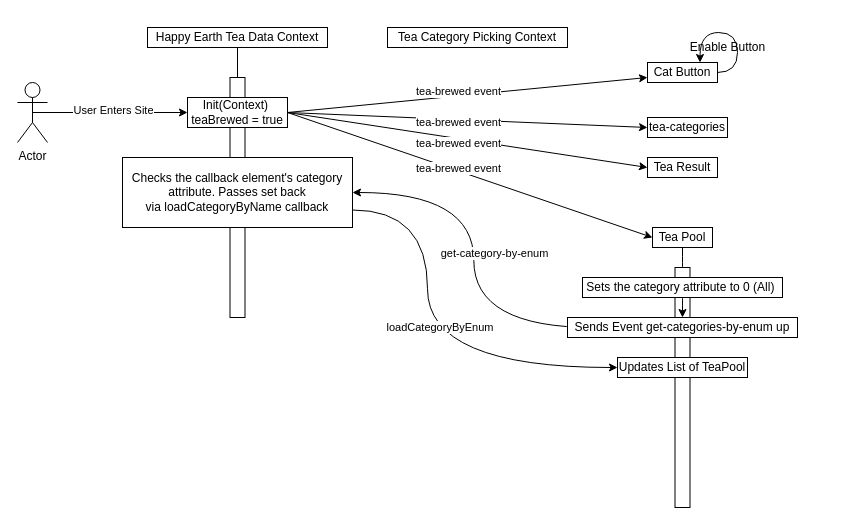
Above: InitalizationDiagram.drawio in Peter-Kang/HappyEarthTeaPicker (draw.io), before the change. Source tidied: cells renumbered, new cells numbered last; positions are measured from the earlier drawing's top-left corner, leaving out a move shared by most shapes. Both pictures are drawn from the tidied source at 100%, with x=0, y=0 at pixel (17, 27).
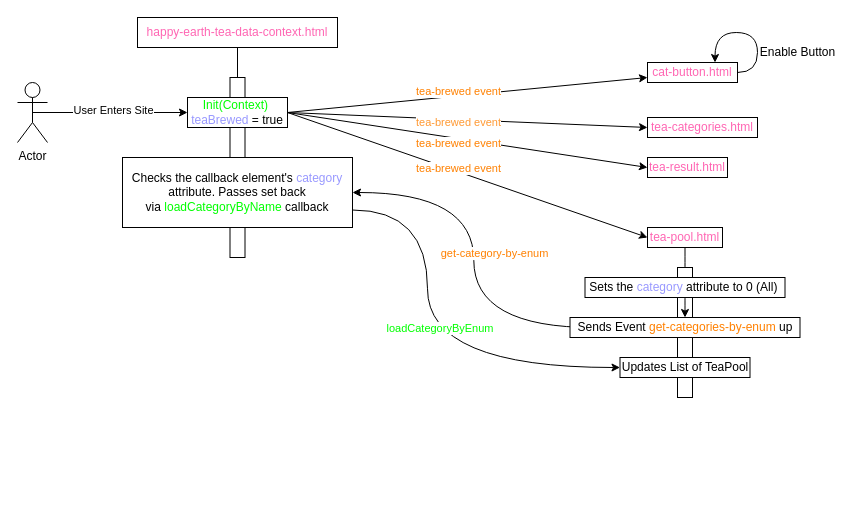
The same diagram, later.

The change refers to these unchanged cells:
```xml
<mxCell id="11" style="edgeStyle=none;rounded=0;jettySize=auto;html=1;entryX=0;entryY=0.75;entryDx=0;entryDy=0;exitX=1;exitY=0.5;exitDx=0;exitDy=0;" parent="1" edge="1" source="17" target="5">
  <mxGeometry relative="1" as="geometry" />
</mxCell>
<mxCell id="15" style="edgeStyle=none;rounded=0;jettySize=auto;html=1;exitX=1;exitY=0.5;exitDx=0;exitDy=0;entryX=0;entryY=0.5;entryDx=0;entryDy=0;" parent="1" edge="1" source="17" target="19">
  <mxGeometry relative="1" as="geometry" />
</mxCell>
<mxCell id="28" style="edgeStyle=orthogonalEdgeStyle;curved=1;rounded=0;jettySize=auto;html=1;exitX=0;exitY=0.5;exitDx=0;exitDy=0;entryX=1;entryY=0.5;entryDx=0;entryDy=0;" parent="1" edge="1" target="33">
  <mxGeometry relative="1" as="geometry">
    <mxPoint x="577.5" y="300" as="sourcePoint" />
  </mxGeometry>
</mxCell>
<mxCell id="31" style="edgeStyle=orthogonalEdgeStyle;curved=1;rounded=0;jettySize=auto;html=1;exitX=1;exitY=0.75;exitDx=0;exitDy=0;entryX=0;entryY=0.5;entryDx=0;entryDy=0;" parent="1" edge="1" source="33" target="34">
  <mxGeometry relative="1" as="geometry">
    <Array as="points">
      <mxPoint x="410" y="182" />
      <mxPoint x="410" y="340" />
    </Array>
  </mxGeometry>
</mxCell>
```

What changed in the source:
```diff
@@
     <mxCell id="2" style="rounded=0;whiteSpace=wrap;html=1;" parent="1" vertex="1">
-      <mxGeometry x="657.5" y="240" width="15" height="240" as="geometry" />
+      <mxGeometry x="660" y="240" width="15" height="130" as="geometry" />
     </mxCell>
-    <mxCell id="3" value="Happy Earth Tea Data Context" style="rounded=0;whiteSpace=wrap;html=1;" parent="1" vertex="1">
-      <mxGeometry x="130" width="180" height="20" as="geometry" />
+    <mxCell id="3" value="&lt;font color=&quot;#ff66b3&quot;&gt;happy-earth-tea-data-context.html&lt;/font&gt;" style="rounded=0;whiteSpace=wrap;html=1;" parent="1" vertex="1">
+      <mxGeometry x="120" y="-10" width="200" height="30" as="geometry" />
     </mxCell>
-    <mxCell id="4" value="Tea Category Picking Context" style="rounded=0;whiteSpace=wrap;html=1;" parent="1" vertex="1">
-      <mxGeometry x="370" width="180" height="20" as="geometry" />
-    </mxCell>
-    <mxCell id="5" value="Cat Button" style="rounded=0;whiteSpace=wrap;html=1;" parent="1" vertex="1">
-      <mxGeometry x="630" y="35" width="70" height="20" as="geometry" />
+    <mxCell id="5" value="&lt;font color=&quot;#ff66b3&quot;&gt;cat-button.html&lt;/font&gt;" style="rounded=0;whiteSpace=wrap;html=1;" parent="1" vertex="1">
+      <mxGeometry x="630" y="35" width="90" height="20" as="geometry" />
     </mxCell>
-    <mxCell id="6" value="Tea Result" style="rounded=0;whiteSpace=wrap;html=1;" parent="1" vertex="1">
-      <mxGeometry x="630" y="130" width="70" height="20" as="geometry" />
+    <mxCell id="6" value="&lt;font color=&quot;#ff66b3&quot;&gt;tea-result.html&lt;/font&gt;" style="rounded=0;whiteSpace=wrap;html=1;" parent="1" vertex="1">
+      <mxGeometry x="630" y="130" width="80" height="20" as="geometry" />
     </mxCell>
-    <mxCell id="7" value="Tea Pool" style="whiteSpace=wrap;html=1;" parent="1" vertex="1">
-      <mxGeometry x="635" y="200" width="60" height="20" as="geometry" />
+    <mxCell id="7" value="&lt;font color=&quot;#ff66b3&quot;&gt;tea-pool.html&lt;/font&gt;" style="whiteSpace=wrap;html=1;" parent="1" vertex="1">
+      <mxGeometry x="630" y="200" width="75" height="20" as="geometry" />
     </mxCell>
@@
-    <mxCell id="12" value="tea-brewed event" style="edgeLabel;html=1;align=center;verticalAlign=middle;" parent="11" vertex="1">
+    <mxCell id="12" value="&lt;font&gt;tea-brewed event&lt;/font&gt;" style="edgeLabel;html=1;align=center;verticalAlign=middle;fontColor=#FF8000;" parent="11" vertex="1">
       <mxGeometry x="-0.1" y="1" relative="1" as="geometry">
         <mxPoint x="8" y="-5" as="offset" />
       </mxGeometry>
     </mxCell>
     <mxCell id="13" style="rounded=0;whiteSpace=wrap;html=1;" parent="1" vertex="1">
-      <mxGeometry x="212.5" y="50" width="15" height="240" as="geometry" />
+      <mxGeometry x="212.5" y="50" width="15" height="180" as="geometry" />
     </mxCell>
@@
-    <mxCell id="16" value="tea-brewed event" style="edgeLabel;html=1;align=center;verticalAlign=middle;" parent="15" vertex="1">
+    <mxCell id="16" value="&lt;font color=&quot;#ff9933&quot;&gt;tea-brewed event&lt;/font&gt;" style="edgeLabel;html=1;align=center;verticalAlign=middle;" parent="15" vertex="1">
       <mxGeometry x="-0.05" y="-1" relative="1" as="geometry">
         <mxPoint y="1" as="offset" />
       </mxGeometry>
     </mxCell>
-    <mxCell id="17" value="Init(Context)&amp;nbsp; teaBrewed = true" style="rounded=0;whiteSpace=wrap;html=1;" parent="1" vertex="1">
+    <mxCell id="17" value="&lt;font color=&quot;#00ff00&quot;&gt;Init(Context)&amp;nbsp;&lt;/font&gt; &lt;font color=&quot;#9999ff&quot;&gt;teaBrewed &lt;/font&gt;= true" style="rounded=0;whiteSpace=wrap;html=1;" parent="1" vertex="1">
       <mxGeometry x="170" y="70" width="100" height="30" as="geometry" />
     </mxCell>
@@
-    <mxCell id="19" value="tea-categories" style="whiteSpace=wrap;html=1;" parent="1" vertex="1">
-      <mxGeometry x="630" y="90" width="80" height="20" as="geometry" />
+    <mxCell id="19" value="&lt;font color=&quot;#ff66b3&quot;&gt;tea-categories.html&lt;/font&gt;" style="whiteSpace=wrap;html=1;" parent="1" vertex="1">
+      <mxGeometry x="630" y="90" width="110" height="20" as="geometry" />
     </mxCell>
-    <mxCell id="20" value="tea-brewed event" style="edgeLabel;html=1;align=center;verticalAlign=middle;" parent="1" vertex="1">
+    <mxCell id="20" value="&lt;font color=&quot;#ff8000&quot;&gt;tea-brewed event&lt;/font&gt;" style="edgeLabel;html=1;align=center;verticalAlign=middle;" parent="1" vertex="1">
       <mxGeometry x="440" y="115" as="geometry" />
     </mxCell>
@@
-    <mxCell id="22" value="tea-brewed event" style="edgeLabel;html=1;align=center;verticalAlign=middle;" parent="1" vertex="1">
+    <mxCell id="22" value="&lt;font color=&quot;#ff8000&quot;&gt;tea-brewed event&lt;/font&gt;" style="edgeLabel;html=1;align=center;verticalAlign=middle;" parent="1" vertex="1">
       <mxGeometry x="440" y="140" as="geometry" />
     </mxCell>
     <mxCell id="23" style="edgeStyle=orthogonalEdgeStyle;rounded=0;orthogonalLoop=1;jettySize=auto;html=1;exitX=1;exitY=0.5;exitDx=0;exitDy=0;entryX=0.75;entryY=0;entryDx=0;entryDy=0;curved=1;" parent="1" edge="1" source="5" target="5">
       <mxGeometry relative="1" as="geometry">
         <Array as="points">
-          <mxPoint x="720" y="45" />
-          <mxPoint x="720" y="5" />
-          <mxPoint x="682" y="5" />
+          <mxPoint x="740" y="45" />
+          <mxPoint x="740" y="5" />
+          <mxPoint x="698" y="5" />
         </Array>
       </mxGeometry>
     </mxCell>
     <mxCell id="24" value="Enable Button" style="text;html=1;align=center;verticalAlign=middle;strokeColor=none;fillColor=none;" parent="1" vertex="1">
-      <mxGeometry x="660" y="5" width="100" height="30" as="geometry" />
+      <mxGeometry x="730" y="10" width="100" height="30" as="geometry" />
     </mxCell>
@@
-    <mxCell id="26" value="Sets the category attribute to 0 (All)&amp;nbsp;" style="rounded=0;whiteSpace=wrap;html=1;" parent="1" vertex="1">
-      <mxGeometry x="565" y="250" width="200" height="20" as="geometry" />
+    <mxCell id="26" value="Sets the &lt;font color=&quot;#9999ff&quot;&gt;category &lt;/font&gt;attribute to 0 (All)&amp;nbsp;" style="rounded=0;whiteSpace=wrap;html=1;" parent="1" vertex="1">
+      <mxGeometry x="567.5" y="250" width="200" height="20" as="geometry" />
     </mxCell>
@@
-    <mxCell id="29" value="get-category-by-enum" style="edgeLabel;html=1;align=center;verticalAlign=middle;" parent="28" vertex="1">
+    <mxCell id="29" value="&lt;font color=&quot;#ff8000&quot;&gt;get-category-by-enum&lt;/font&gt;" style="edgeLabel;html=1;align=center;verticalAlign=middle;" parent="28" vertex="1">
       <mxGeometry x="0.55" y="11" relative="1" as="geometry">
         <mxPoint x="56" y="49" as="offset" />
       </mxGeometry>
     </mxCell>
-    <mxCell id="30" value="Sends Event&amp;nbsp;get-categories-by-enum up" style="rounded=0;whiteSpace=wrap;html=1;" parent="1" vertex="1">
-      <mxGeometry x="550" y="290" width="230" height="20" as="geometry" />
+    <mxCell id="30" value="Sends Event&amp;nbsp;&lt;font color=&quot;#ff8000&quot;&gt;get-categories-by-enum&lt;/font&gt; up" style="rounded=0;whiteSpace=wrap;html=1;" parent="1" vertex="1">
+      <mxGeometry x="552.5" y="290" width="230" height="20" as="geometry" />
     </mxCell>
@@
-    <mxCell id="32" value="loadCategoryByEnum&amp;nbsp;" style="edgeLabel;html=1;align=center;verticalAlign=middle;" parent="31" vertex="1">
+    <mxCell id="32" value="&lt;font color=&quot;#00ff00&quot;&gt;loadCategoryByEnum&amp;nbsp;&lt;/font&gt;" style="edgeLabel;html=1;align=center;verticalAlign=middle;" parent="31" vertex="1">
       <mxGeometry x="-0.09" y="13" relative="1" as="geometry" />
     </mxCell>
-    <mxCell id="33" value="Checks the callback element's category attribute. Passes set back via&amp;nbsp;loadCategoryByName callback" style="rounded=0;whiteSpace=wrap;html=1;" parent="1" vertex="1">
+    <mxCell id="33" value="Checks the callback element's &lt;font color=&quot;#9999ff&quot;&gt;category &lt;/font&gt;attribute. Passes set back via&amp;nbsp;&lt;font color=&quot;#00ff00&quot;&gt;loadCategoryByName&lt;/font&gt; callback" style="rounded=0;whiteSpace=wrap;html=1;" parent="1" vertex="1">
       <mxGeometry x="105" y="130" width="230" height="70" as="geometry" />
     </mxCell>
     <mxCell id="34" value="Updates List of TeaPool" style="whiteSpace=wrap;html=1;" parent="1" vertex="1">
-      <mxGeometry x="600" y="330" width="130" height="20" as="geometry" />
+      <mxGeometry x="602.5" y="330" width="130" height="20" as="geometry" />
     </mxCell>
```
